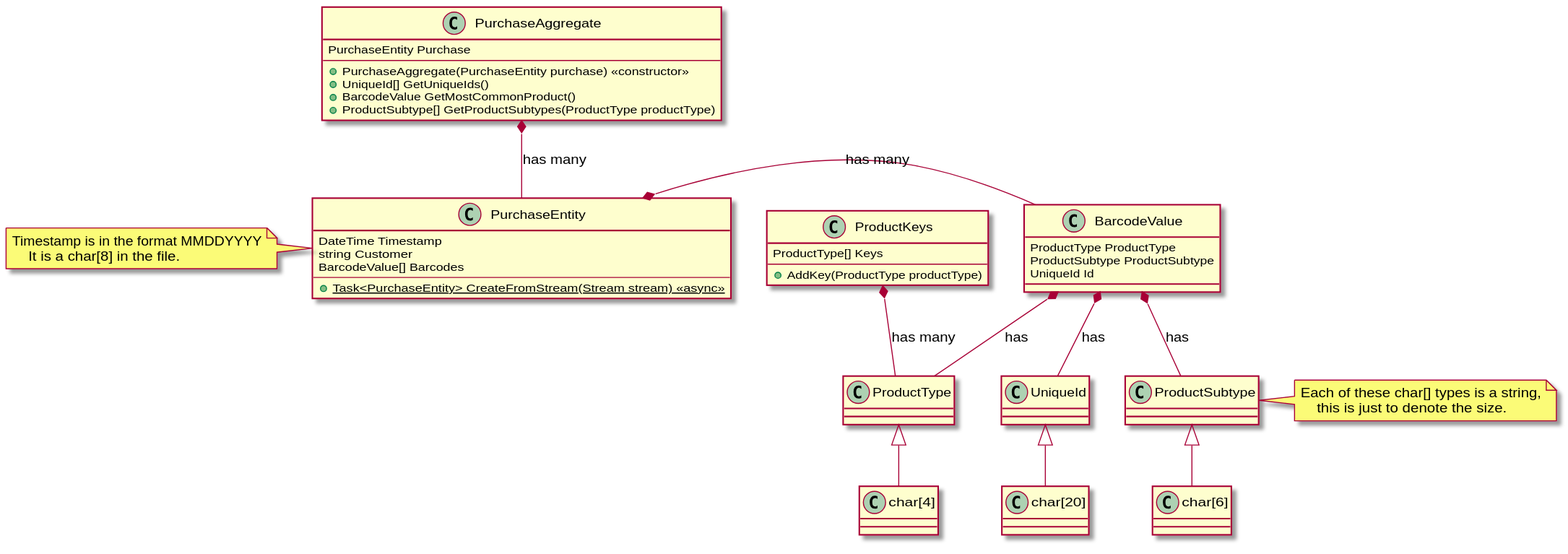
This is docs/classStructure.svg from aholmes/2020-InterviewRound3, a PlantUML export, as it was before one commit.
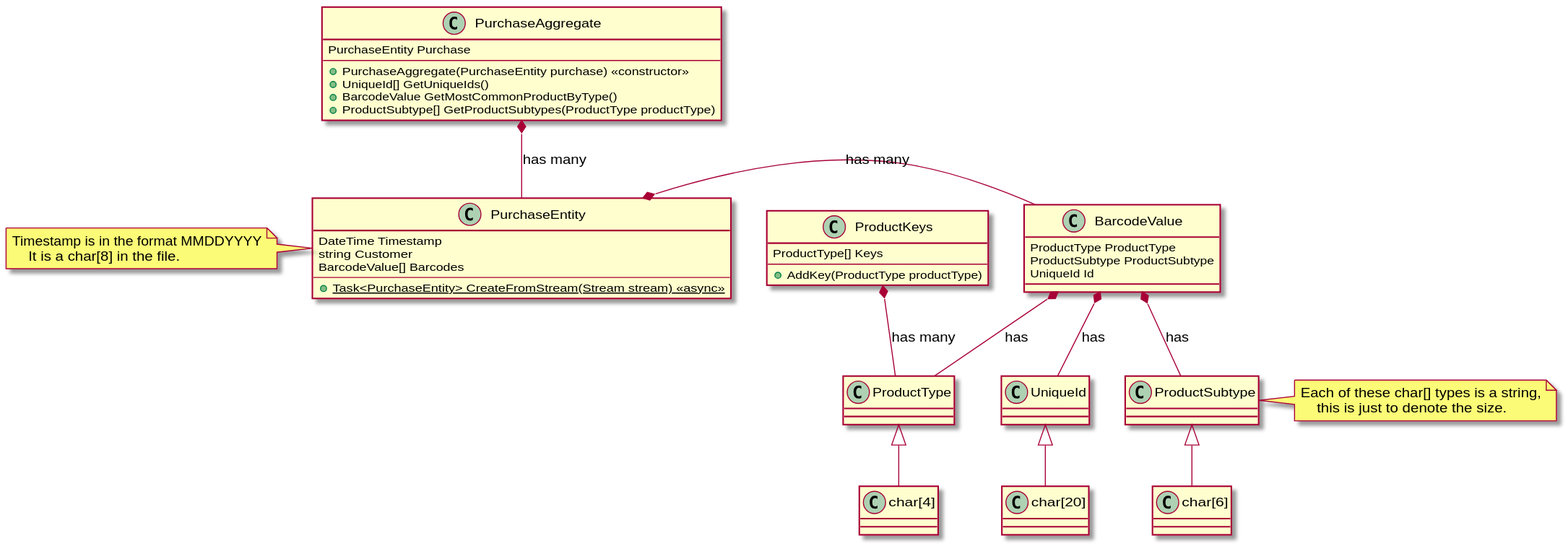
Above is the later version.

Diff of the diagram source:
```diff
@@ -23,7 +23,7 @@
     --
     +PurchaseAggregate(PurchaseEntity purchase) <<constructor>>
     +UniqueId[] GetUniqueIds()
-    +BarcodeValue GetMostCommonProduct()
+    +BarcodeValue GetMostCommonProductByType()
     +ProductSubtype[] GetProductSubtypes(ProductType productType)
 }
 
```
